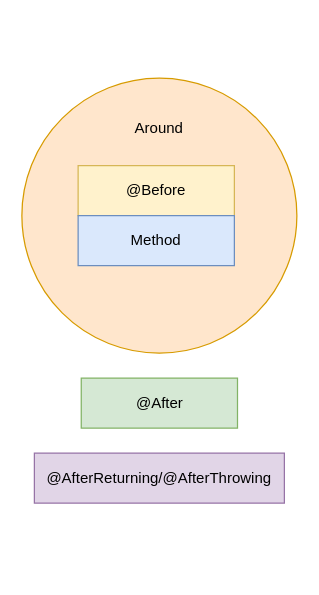
Before: spring-aop/spring aop切面执行顺序.drawio in erlieStar/diagrams, a draw.io diagram. Source tidied: cells renumbered, new cells numbered last; positions are measured from the earlier drawing's top-left corner, leaving out a move shared by most shapes. Both pictures are drawn from the tidied source at 125%, with x=0, y=0 at pixel (21, 78).
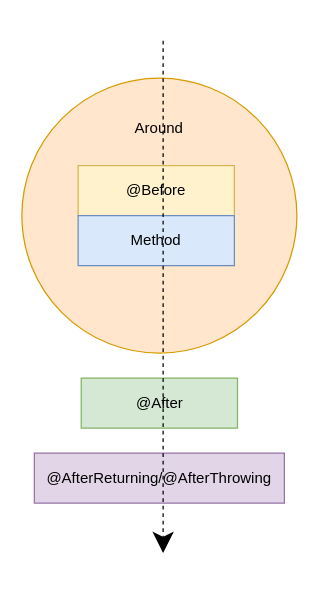
The same page after the edit.

Commit message:
Update spring aop切面执行顺序.drawio

Diff of the diagram source:
```diff
@@
 <mxGraphModel>
   <root>
     <mxCell id="0" />
     <mxCell id="1" parent="0" />
     <mxCell id="2" style="ellipse;whiteSpace=wrap;html=1;hachureGap=4;fillColor=#ffe6cc;strokeColor=#d79b00;" parent="1" vertex="1">
       <mxGeometry width="220" height="220" as="geometry" />
     </mxCell>
     <mxCell id="3" value="@Before" style="rounded=0;whiteSpace=wrap;html=1;hachureGap=4;fillColor=#fff2cc;strokeColor=#d6b656;" parent="1" vertex="1">
       <mxGeometry x="45" y="70" width="125" height="40" as="geometry" />
     </mxCell>
     <mxCell id="4" value="Method" style="rounded=0;whiteSpace=wrap;html=1;hachureGap=4;fillColor=#dae8fc;strokeColor=#6c8ebf;" parent="1" vertex="1">
       <mxGeometry x="45" y="110" width="125" height="40" as="geometry" />
     </mxCell>
     <mxCell id="5" value="Around" style="text;html=1;strokeColor=none;fillColor=none;align=center;verticalAlign=middle;whiteSpace=wrap;rounded=0;hachureGap=4;" parent="1" vertex="1">
       <mxGeometry x="90" y="30" width="40" height="20" as="geometry" />
     </mxCell>
     <mxCell id="6" value="@After" style="rounded=0;whiteSpace=wrap;html=1;hachureGap=4;fillColor=#d5e8d4;strokeColor=#82b366;" parent="1" vertex="1">
       <mxGeometry x="47.5" y="240" width="125" height="40" as="geometry" />
     </mxCell>
     <mxCell id="7" value="@AfterReturning/@AfterThrowing" style="rounded=0;whiteSpace=wrap;html=1;hachureGap=4;fillColor=#e1d5e7;strokeColor=#9673a6;" parent="1" vertex="1">
       <mxGeometry x="10" y="300" width="200" height="40" as="geometry" />
     </mxCell>
+    <mxCell id="8" style="endArrow=classic;html=1;startSize=14;endSize=14;sourcePerimeterSpacing=8;targetPerimeterSpacing=8;dashed=1;" parent="1" edge="1">
+      <mxGeometry relative="1" as="geometry">
+        <mxPoint x="113" y="-30" as="sourcePoint" />
+        <mxPoint x="113" y="380" as="targetPoint" />
+      </mxGeometry>
+    </mxCell>
   </root>
 </mxGraphModel>
```
